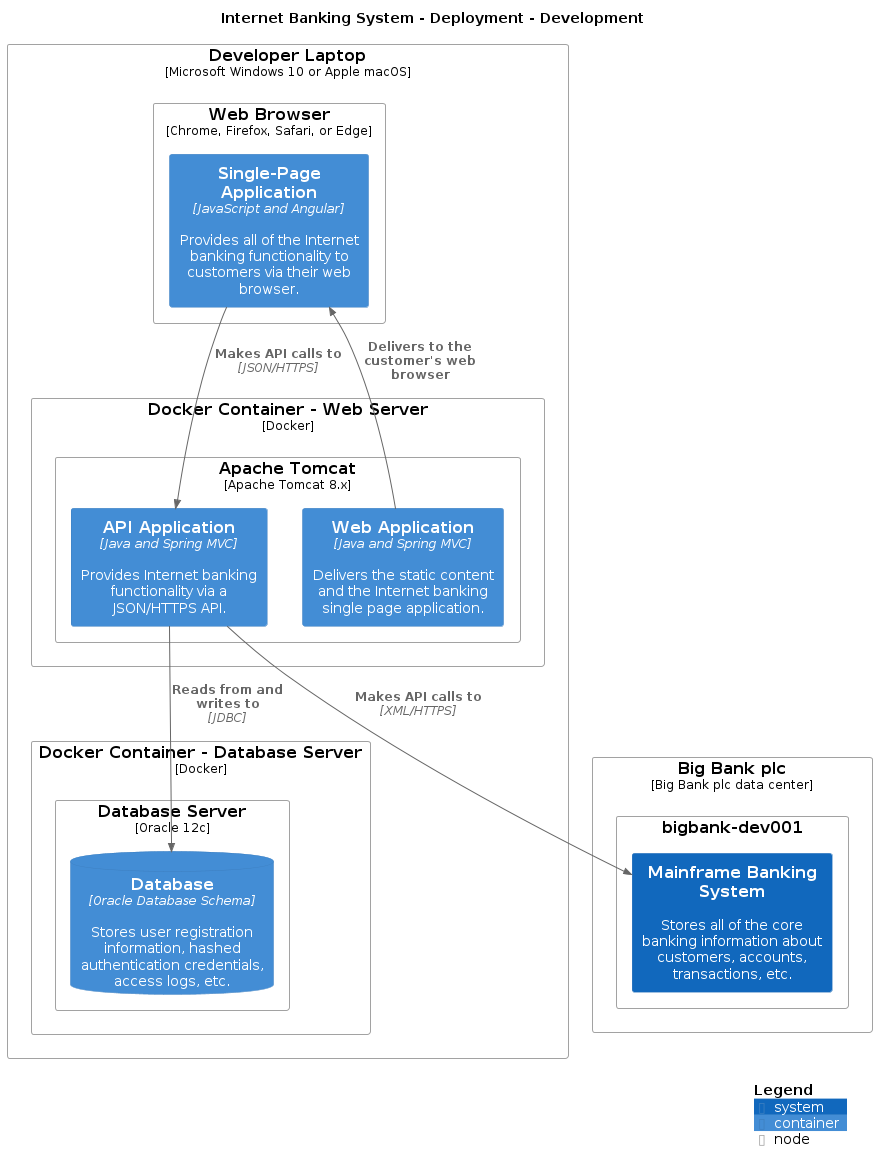
The PlantUML diagram main/png/DevelopmentDeployment.png in avisi-cloud/structurizr-site-generatr, before a commit.
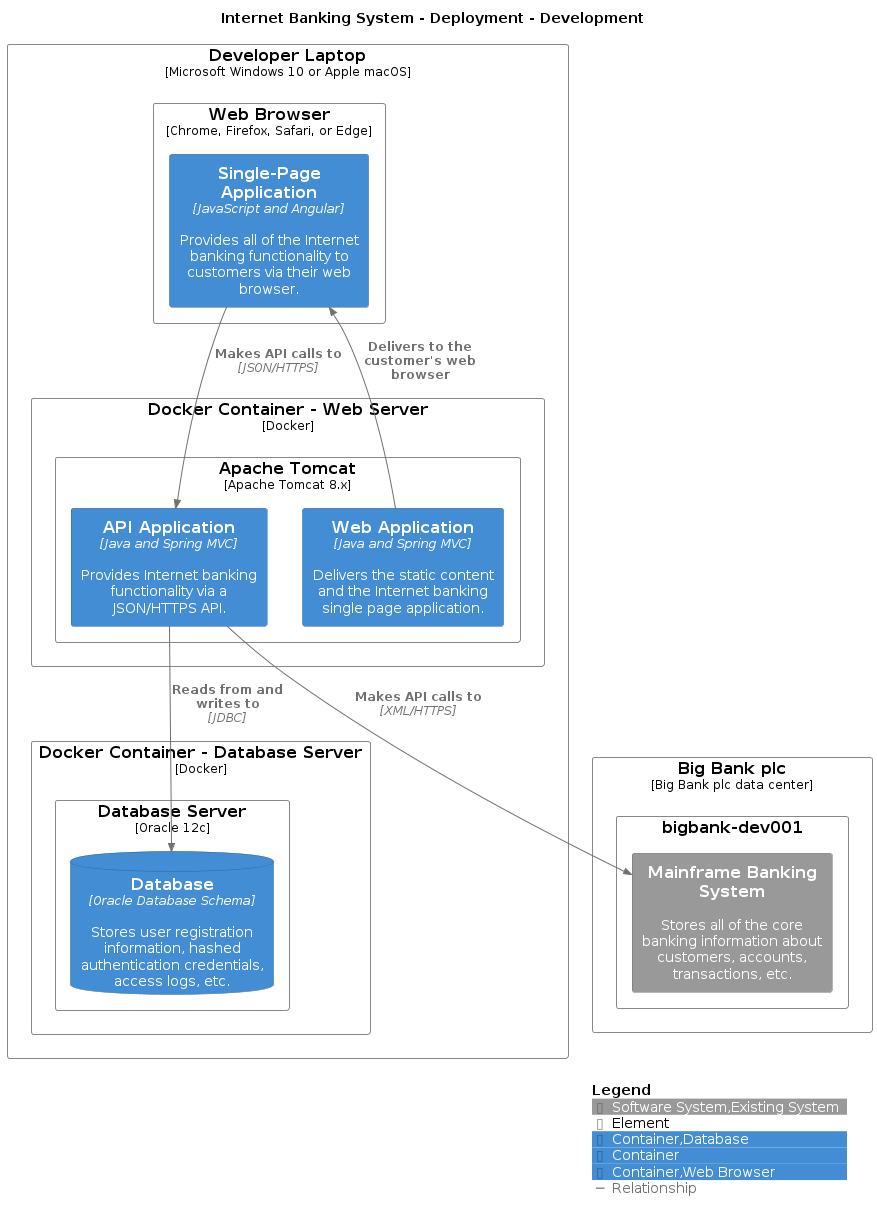
After the change.

The edit, as a diff of the source:
```diff
@@ -9,39 +9,47 @@
 !include <C4/C4_Container>
 !include <C4/C4_Deployment>
 
-Deployment_Node(Development.DeveloperLaptop, "Developer Laptop", $type="Microsoft Windows 10 or Apple macOS", $tags="", $link="") {
-  Deployment_Node(Development.DeveloperLaptop.WebBrowser, "Web Browser", $type="Chrome, Firefox, Safari, or Edge", $tags="", $link="") {
-    Container(Development.DeveloperLaptop.WebBrowser.SinglePageApplication_1, "Single-Page Application", $techn="JavaScript and Angular", $descr="Provides all of the Internet banking functionality to customers via their web browser.", $tags="", $link="")
+AddElementTag("Software System,Existing System", $bgColor="#999999", $borderColor="#6b6b6b", $fontColor="#ffffff", $sprite="", $shadowing="")
+AddElementTag("Element", $bgColor="#ffffff", $borderColor="#888888", $fontColor="#000000", $sprite="", $shadowing="")
+AddElementTag("Container,Database", $bgColor="#438dd5", $borderColor="#2e6295", $fontColor="#ffffff", $sprite="", $shadowing="")
+AddElementTag("Container", $bgColor="#438dd5", $borderColor="#2e6295", $fontColor="#ffffff", $sprite="", $shadowing="")
+AddElementTag("Container,Web Browser", $bgColor="#438dd5", $borderColor="#2e6295", $fontColor="#ffffff", $sprite="", $shadowing="")
+
+AddRelTag("Relationship", $textColor="#707070", $lineColor="#707070", $lineStyle = "")
+
+Deployment_Node(Development.DeveloperLaptop, "Developer Laptop", $type="Microsoft Windows 10 or Apple macOS", $tags="Element", $link="") {
+  Deployment_Node(Development.DeveloperLaptop.WebBrowser, "Web Browser", $type="Chrome, Firefox, Safari, or Edge", $tags="Element", $link="") {
+    Container(Development.DeveloperLaptop.WebBrowser.SinglePageApplication_1, "Single-Page Application", $techn="JavaScript and Angular", $descr="Provides all of the Internet banking functionality to customers via their web browser.", $tags="Container,Web Browser", $link="")
   }
 
-  Deployment_Node(Development.DeveloperLaptop.DockerContainerWebServer, "Docker Container - Web Server", $type="Docker", $tags="", $link="") {
-    Deployment_Node(Development.DeveloperLaptop.DockerContainerWebServer.ApacheTomcat, "Apache Tomcat", $type="Apache Tomcat 8.x", $tags="", $link="") {
-      Container(Development.DeveloperLaptop.DockerContainerWebServer.ApacheTomcat.WebApplication_1, "Web Application", $techn="Java and Spring MVC", $descr="Delivers the static content and the Internet banking single page application.", $tags="", $link="")
-      Container(Development.DeveloperLaptop.DockerContainerWebServer.ApacheTomcat.APIApplication_1, "API Application", $techn="Java and Spring MVC", $descr="Provides Internet banking functionality via a JSON/HTTPS API.", $tags="", $link="")
+  Deployment_Node(Development.DeveloperLaptop.DockerContainerWebServer, "Docker Container - Web Server", $type="Docker", $tags="Element", $link="") {
+    Deployment_Node(Development.DeveloperLaptop.DockerContainerWebServer.ApacheTomcat, "Apache Tomcat", $type="Apache Tomcat 8.x", $tags="Element", $link="") {
+      Container(Development.DeveloperLaptop.DockerContainerWebServer.ApacheTomcat.WebApplication_1, "Web Application", $techn="Java and Spring MVC", $descr="Delivers the static content and the Internet banking single page application.", $tags="Container", $link="")
+      Container(Development.DeveloperLaptop.DockerContainerWebServer.ApacheTomcat.APIApplication_1, "API Application", $techn="Java and Spring MVC", $descr="Provides Internet banking functionality via a JSON/HTTPS API.", $tags="Container", $link="")
     }
 
   }
 
-  Deployment_Node(Development.DeveloperLaptop.DockerContainerDatabaseServer, "Docker Container - Database Server", $type="Docker", $tags="", $link="") {
-    Deployment_Node(Development.DeveloperLaptop.DockerContainerDatabaseServer.DatabaseServer, "Database Server", $type="Oracle 12c", $tags="", $link="") {
-      ContainerDb(Development.DeveloperLaptop.DockerContainerDatabaseServer.DatabaseServer.Database_1, "Database", $techn="Oracle Database Schema", $descr="Stores user registration information, hashed authentication credentials, access logs, etc.", $tags="", $link="")
+  Deployment_Node(Development.DeveloperLaptop.DockerContainerDatabaseServer, "Docker Container - Database Server", $type="Docker", $tags="Element", $link="") {
+    Deployment_Node(Development.DeveloperLaptop.DockerContainerDatabaseServer.DatabaseServer, "Database Server", $type="Oracle 12c", $tags="Element", $link="") {
+      ContainerDb(Development.DeveloperLaptop.DockerContainerDatabaseServer.DatabaseServer.Database_1, "Database", $techn="Oracle Database Schema", $descr="Stores user registration information, hashed authentication credentials, access logs, etc.", $tags="Container,Database", $link="")
     }
 
   }
 
 }
 
-Deployment_Node(Development.BigBankplc, "Big Bank plc", $type="Big Bank plc data center", $tags="", $link="") {
-  Deployment_Node(Development.BigBankplc.bigbankdev001, "bigbank-dev001", $type="", $tags="", $link="") {
-    System(Development.BigBankplc.bigbankdev001.MainframeBankingSystem_1, "Mainframe Banking System", $descr="Stores all of the core banking information about customers, accounts, transactions, etc.", $tags="", $link="")
+Deployment_Node(Development.BigBankplc, "Big Bank plc", $type="Big Bank plc data center", $tags="Element", $link="") {
+  Deployment_Node(Development.BigBankplc.bigbankdev001, "bigbank-dev001", $type="", $tags="Element", $link="") {
+    System(Development.BigBankplc.bigbankdev001.MainframeBankingSystem_1, "Mainframe Banking System", $descr="Stores all of the core banking information about customers, accounts, transactions, etc.", $tags="Software System,Existing System", $link="")
   }
 
 }
 
-Rel_D(Development.DeveloperLaptop.DockerContainerWebServer.ApacheTomcat.WebApplication_1, Development.DeveloperLaptop.WebBrowser.SinglePageApplication_1, "Delivers to the customer's web browser", $techn="", $tags="", $link="")
-Rel_D(Development.DeveloperLaptop.WebBrowser.SinglePageApplication_1, Development.DeveloperLaptop.DockerContainerWebServer.ApacheTomcat.APIApplication_1, "Makes API calls to", $techn="JSON/HTTPS", $tags="", $link="")
-Rel_D(Development.DeveloperLaptop.DockerContainerWebServer.ApacheTomcat.APIApplication_1, Development.DeveloperLaptop.DockerContainerDatabaseServer.DatabaseServer.Database_1, "Reads from and writes to", $techn="JDBC", $tags="", $link="")
-Rel_D(Development.DeveloperLaptop.DockerContainerWebServer.ApacheTomcat.APIApplication_1, Development.BigBankplc.bigbankdev001.MainframeBankingSystem_1, "Makes API calls to", $techn="XML/HTTPS", $tags="", $link="")
+Rel_D(Development.DeveloperLaptop.DockerContainerWebServer.ApacheTomcat.WebApplication_1, Development.DeveloperLaptop.WebBrowser.SinglePageApplication_1, "Delivers to the customer's web browser", $techn="", $tags="Relationship", $link="")
+Rel_D(Development.DeveloperLaptop.WebBrowser.SinglePageApplication_1, Development.DeveloperLaptop.DockerContainerWebServer.ApacheTomcat.APIApplication_1, "Makes API calls to", $techn="JSON/HTTPS", $tags="Relationship", $link="")
+Rel_D(Development.DeveloperLaptop.DockerContainerWebServer.ApacheTomcat.APIApplication_1, Development.DeveloperLaptop.DockerContainerDatabaseServer.DatabaseServer.Database_1, "Reads from and writes to", $techn="JDBC", $tags="Relationship", $link="")
+Rel_D(Development.DeveloperLaptop.DockerContainerWebServer.ApacheTomcat.APIApplication_1, Development.BigBankplc.bigbankdev001.MainframeBankingSystem_1, "Makes API calls to", $techn="XML/HTTPS", $tags="Relationship", $link="")
 
 SHOW_LEGEND(true)
 @enduml
```
